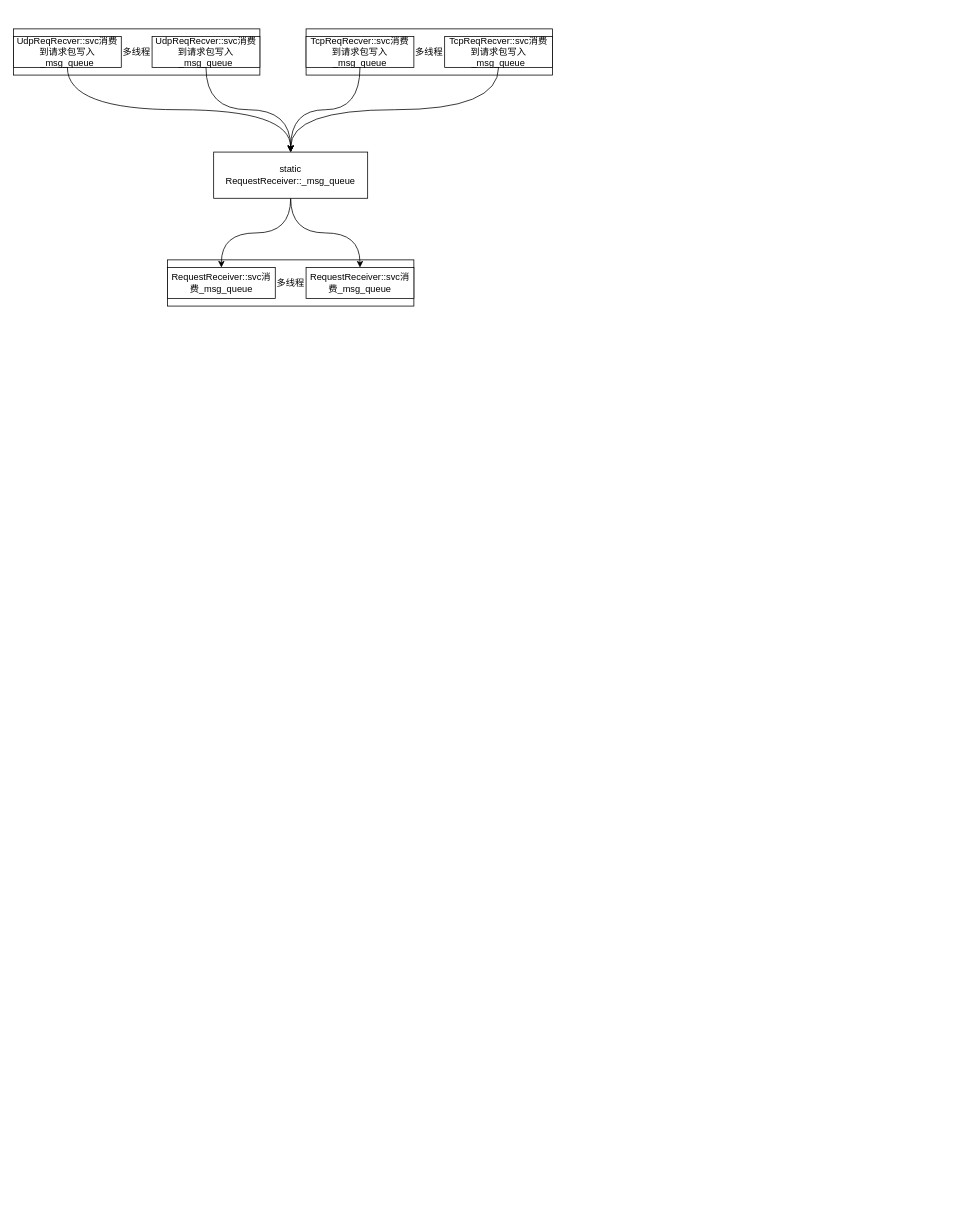
This is 直达服务架构图.drawio from beijingqiuchang/drawio, a draw.io file, before an edit. Source tidied: cells renumbered, new cells numbered last; positions are measured from the earlier drawing's top-left corner, leaving out a move shared by most shapes. Both pictures are drawn from the tidied source at 77%, with x=0, y=0 at pixel (13, 28).
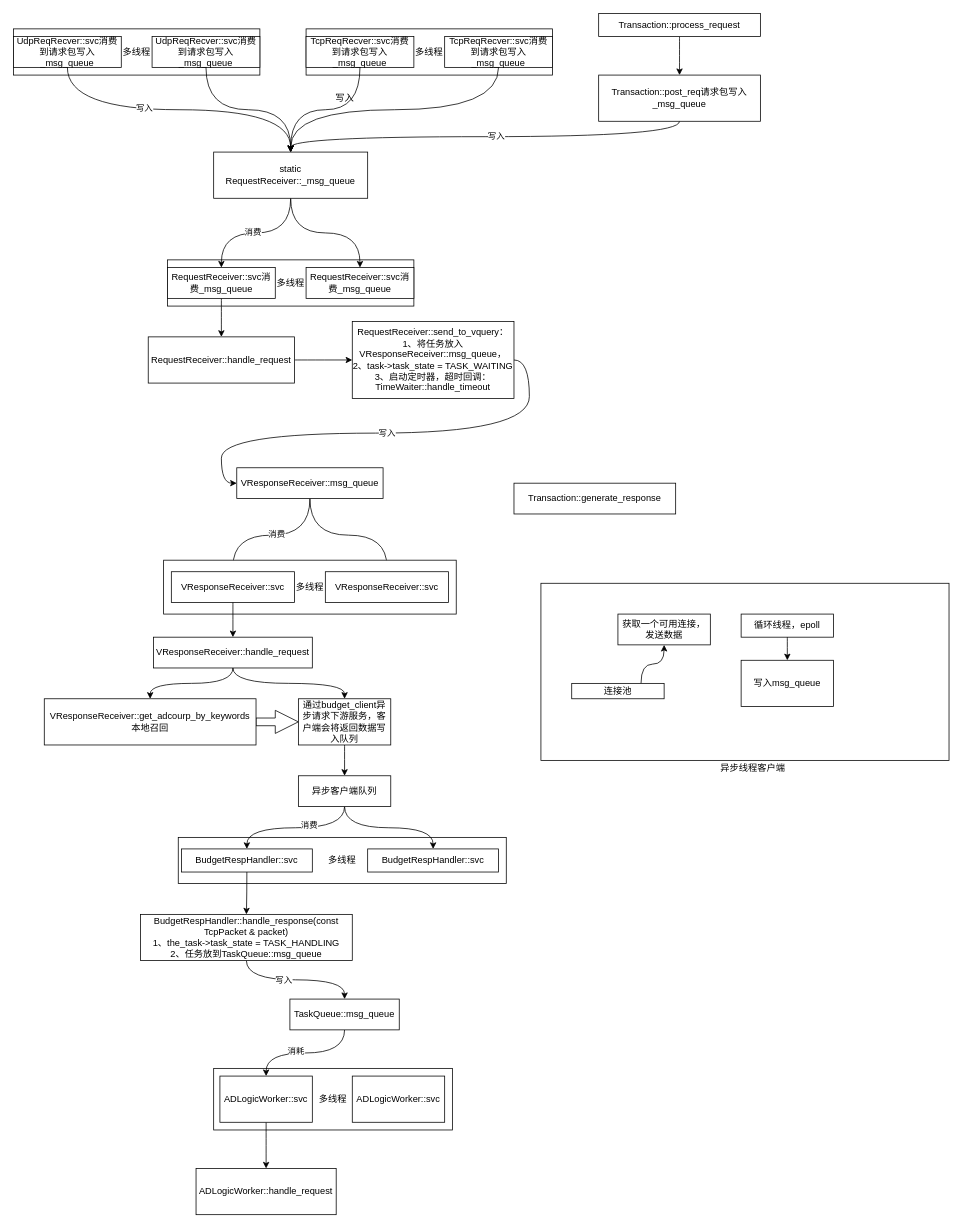
The same page after the edit.

Commit message:
Update 直达服务架构图.drawio

Unchanged cells that the change refers to:
```xml
<mxCell id="3" value="RequestReceiver::svc消费_msg_queue" style="rounded=0;whiteSpace=wrap;html=1;" parent="1" vertex="1">
  <mxGeometry x="200" y="310" width="140" height="40" as="geometry" />
</mxCell>
<mxCell id="4" style="edgeStyle=orthogonalEdgeStyle;rounded=0;jettySize=auto;html=1;exitX=0.5;exitY=1;exitDx=0;exitDy=0;curved=1;" parent="1" edge="1" source="6" target="3">
  <mxGeometry relative="1" as="geometry" />
</mxCell>
<mxCell id="6" value="static RequestReceiver::_msg_queue" style="rounded=0;whiteSpace=wrap;html=1;" parent="1" vertex="1">
  <mxGeometry x="260" y="160" width="200" height="60" as="geometry" />
</mxCell>
<mxCell id="9" style="edgeStyle=orthogonalEdgeStyle;rounded=0;jettySize=auto;html=1;exitX=0.5;exitY=1;exitDx=0;exitDy=0;curved=1;" parent="1" edge="1" source="10" target="6">
  <mxGeometry relative="1" as="geometry" />
</mxCell>
```

Diff of the diagram source:
```diff
@@
+    <mxCell id="19" value="多线程" style="rounded=0;whiteSpace=wrap;html=1;" parent="1" vertex="1">
+      <mxGeometry x="260" y="1350" width="310" height="80" as="geometry" />
+    </mxCell>
+    <mxCell id="20" value="多线程" style="rounded=0;whiteSpace=wrap;html=1;" parent="1" vertex="1">
+      <mxGeometry x="214" y="1050" width="426" height="60" as="geometry" />
+    </mxCell>
@@
+    <mxCell id="21" style="edgeStyle=orthogonalEdgeStyle;curved=1;rounded=0;jettySize=auto;html=1;exitX=0.5;exitY=1;exitDx=0;exitDy=0;entryX=0.5;entryY=0;entryDx=0;entryDy=0;" parent="1" edge="1" source="3" target="31">
+      <mxGeometry relative="1" as="geometry" />
+    </mxCell>
@@
+    <mxCell id="22" value="消费" style="edgeLabel;html=1;align=center;verticalAlign=middle;" parent="4" vertex="1">
+      <mxGeometry x="0.06" y="-2" relative="1" as="geometry" />
+    </mxCell>
@@
+    <mxCell id="23" value="写入" style="edgeLabel;html=1;align=center;verticalAlign=middle;" parent="9" vertex="1">
+      <mxGeometry x="-0.23" y="3" relative="1" as="geometry" />
+    </mxCell>
@@
+    <mxCell id="24" style="edgeStyle=orthogonalEdgeStyle;curved=1;rounded=0;jettySize=auto;html=1;exitX=0.5;exitY=1;exitDx=0;exitDy=0;entryX=0.5;entryY=0;entryDx=0;entryDy=0;" parent="1" edge="1" source="25" target="29">
+      <mxGeometry relative="1" as="geometry" />
+    </mxCell>
+    <mxCell id="25" value="Transaction::process_request" style="rounded=0;whiteSpace=wrap;html=1;" parent="1" vertex="1">
+      <mxGeometry x="760" y="-20" width="210" height="30" as="geometry" />
+    </mxCell>
+    <mxCell id="26" value="Transaction::generate_response" style="rounded=0;whiteSpace=wrap;html=1;" parent="1" vertex="1">
+      <mxGeometry x="650" y="590" width="210" height="40" as="geometry" />
+    </mxCell>
+    <mxCell id="27" style="edgeStyle=orthogonalEdgeStyle;curved=1;rounded=0;jettySize=auto;html=1;exitX=0.5;exitY=1;exitDx=0;exitDy=0;entryX=0.5;entryY=0;entryDx=0;entryDy=0;" parent="1" edge="1" source="29" target="6">
+      <mxGeometry relative="1" as="geometry" />
+    </mxCell>
+    <mxCell id="28" value="写入" style="edgeLabel;html=1;align=center;verticalAlign=middle;" parent="27" vertex="1">
+      <mxGeometry x="-0.05" y="-1" relative="1" as="geometry" />
+    </mxCell>
+    <mxCell id="29" value="Transaction::post_req请求包写入_msg_queue" style="rounded=0;whiteSpace=wrap;html=1;" parent="1" vertex="1">
+      <mxGeometry x="760" y="60" width="210" height="60" as="geometry" />
+    </mxCell>
+    <mxCell id="30" style="edgeStyle=orthogonalEdgeStyle;curved=1;rounded=0;jettySize=auto;html=1;exitX=1;exitY=0.5;exitDx=0;exitDy=0;" parent="1" edge="1" source="31" target="33">
+      <mxGeometry relative="1" as="geometry" />
+    </mxCell>
+    <mxCell id="31" value="RequestReceiver::handle_request" style="rounded=0;whiteSpace=wrap;html=1;" parent="1" vertex="1">
+      <mxGeometry x="175" y="400" width="190" height="60" as="geometry" />
+    </mxCell>
+    <mxCell id="32" value="写入" style="edgeStyle=orthogonalEdgeStyle;curved=1;rounded=0;jettySize=auto;html=1;exitX=1;exitY=0.5;exitDx=0;exitDy=0;entryX=0;entryY=0.5;entryDx=0;entryDy=0;" parent="1" edge="1" source="33" target="37">
+      <mxGeometry relative="1" as="geometry" />
+    </mxCell>
+    <mxCell id="33" value="RequestReceiver::send_to_vquery：1、将任务放入VResponseReceiver::msg_queue，&lt;br&gt;2、task-&amp;gt;task_state = TASK_WAITING&lt;br&gt;3、启动定时器，超时回调：TimeWaiter::handle_timeout&lt;br&gt;" style="rounded=0;whiteSpace=wrap;html=1;" parent="1" vertex="1">
+      <mxGeometry x="440" y="380" width="210" height="100" as="geometry" />
+    </mxCell>
+    <mxCell id="34" style="edgeStyle=orthogonalEdgeStyle;curved=1;rounded=0;jettySize=auto;html=1;exitX=0.5;exitY=1;exitDx=0;exitDy=0;" parent="1" edge="1" source="37" target="41">
+      <mxGeometry relative="1" as="geometry" />
+    </mxCell>
+    <mxCell id="35" value="消费" style="edgeLabel;html=1;align=center;verticalAlign=middle;" parent="34" vertex="1">
+      <mxGeometry x="-0.06" y="-2" relative="1" as="geometry">
+        <mxPoint x="1" as="offset" />
+      </mxGeometry>
+    </mxCell>
+    <mxCell id="36" style="edgeStyle=orthogonalEdgeStyle;curved=1;rounded=0;jettySize=auto;html=1;exitX=0.5;exitY=1;exitDx=0;exitDy=0;entryX=0.5;entryY=0;entryDx=0;entryDy=0;" parent="1" edge="1" source="37" target="42">
+      <mxGeometry relative="1" as="geometry" />
+    </mxCell>
+    <mxCell id="37" value="VResponseReceiver::msg_queue" style="rounded=0;whiteSpace=wrap;html=1;" parent="1" vertex="1">
+      <mxGeometry x="290" y="570" width="190" height="40" as="geometry" />
+    </mxCell>
+    <mxCell id="38" value="写入" style="text;html=1;align=center;verticalAlign=middle;" parent="1" vertex="1">
+      <mxGeometry x="410" y="80" width="40" height="20" as="geometry" />
+    </mxCell>
+    <mxCell id="39" style="group;" parent="1" vertex="1">
+      <mxGeometry x="195" y="690" width="380" height="70" as="geometry" />
+    </mxCell>
+    <mxCell id="40" value="多线程" style="rounded=0;whiteSpace=wrap;html=1;" parent="39" vertex="1">
+      <mxGeometry width="380" height="70" as="geometry" />
+    </mxCell>
+    <mxCell id="41" value="VResponseReceiver::svc" style="rounded=0;whiteSpace=wrap;html=1;" parent="39" vertex="1">
+      <mxGeometry x="10" y="15" width="160" height="40" as="geometry" />
+    </mxCell>
+    <mxCell id="42" value="VResponseReceiver::svc" style="rounded=0;whiteSpace=wrap;html=1;" parent="39" vertex="1">
+      <mxGeometry x="210" y="15" width="160" height="40" as="geometry" />
+    </mxCell>
+    <mxCell id="43" style="edgeStyle=orthogonalEdgeStyle;curved=1;rounded=0;jettySize=auto;html=1;exitX=0.5;exitY=1;exitDx=0;exitDy=0;entryX=0.5;entryY=0;entryDx=0;entryDy=0;" parent="1" edge="1" source="45" target="48">
+      <mxGeometry relative="1" as="geometry" />
+    </mxCell>
+    <mxCell id="44" style="edgeStyle=orthogonalEdgeStyle;curved=1;rounded=0;jettySize=auto;html=1;exitX=0.5;exitY=1;exitDx=0;exitDy=0;entryX=0.5;entryY=0;entryDx=0;entryDy=0;" parent="1" edge="1" source="45" target="61">
+      <mxGeometry relative="1" as="geometry" />
+    </mxCell>
+    <mxCell id="45" value="VResponseReceiver::handle_request" style="rounded=0;whiteSpace=wrap;html=1;" parent="1" vertex="1">
+      <mxGeometry x="181.9" y="790" width="206.2" height="40" as="geometry" />
+    </mxCell>
+    <mxCell id="46" style="edgeStyle=orthogonalEdgeStyle;curved=1;rounded=0;jettySize=auto;html=1;exitX=0.5;exitY=1;exitDx=0;exitDy=0;entryX=0.5;entryY=0;entryDx=0;entryDy=0;" parent="1" edge="1" source="41" target="45">
+      <mxGeometry relative="1" as="geometry" />
+    </mxCell>
+    <mxCell id="47" style="edgeStyle=orthogonalEdgeStyle;curved=1;rounded=0;jettySize=auto;html=1;exitX=1;exitY=0.5;exitDx=0;exitDy=0;entryX=0;entryY=0.5;entryDx=0;entryDy=0;shape=arrow;" parent="1" edge="1" source="48" target="61">
+      <mxGeometry relative="1" as="geometry" />
+    </mxCell>
+    <mxCell id="48" value="VResponseReceiver::get_adcourp_by_keywords&lt;br&gt;本地召回" style="rounded=0;whiteSpace=wrap;html=1;" parent="1" vertex="1">
+      <mxGeometry x="40" y="870" width="275" height="60" as="geometry" />
+    </mxCell>
+    <mxCell id="49" style="group;" parent="1" vertex="1">
+      <mxGeometry x="695" y="730" width="530" height="240" as="geometry" />
+    </mxCell>
+    <mxCell id="50" style="group;" parent="49" vertex="1">
+      <mxGeometry width="530" height="230" as="geometry" />
+    </mxCell>
+    <mxCell id="51" style="group;" parent="50" vertex="1">
+      <mxGeometry x="-10" y="-10" width="530" height="230" as="geometry" />
+    </mxCell>
+    <mxCell id="52" style="rounded=0;whiteSpace=wrap;html=1;" parent="51" vertex="1">
+      <mxGeometry width="530" height="230" as="geometry" />
+    </mxCell>
+    <mxCell id="53" value="获取一个可用连接，发送数据" style="rounded=0;whiteSpace=wrap;html=1;" parent="51" vertex="1">
+      <mxGeometry x="100" y="40" width="120" height="40" as="geometry" />
+    </mxCell>
+    <mxCell id="54" style="edgeStyle=orthogonalEdgeStyle;curved=1;rounded=0;jettySize=auto;html=1;exitX=0.75;exitY=0;exitDx=0;exitDy=0;entryX=0.5;entryY=1;entryDx=0;entryDy=0;" parent="51" edge="1" source="55" target="53">
+      <mxGeometry relative="1" as="geometry" />
+    </mxCell>
+    <mxCell id="55" value="连接池" style="rounded=0;whiteSpace=wrap;html=1;" parent="51" vertex="1">
+      <mxGeometry x="40" y="130" width="120" height="20" as="geometry" />
+    </mxCell>
+    <mxCell id="56" value="循环线程，epoll" style="rounded=0;whiteSpace=wrap;html=1;" parent="51" vertex="1">
+      <mxGeometry x="260" y="40" width="120" height="30" as="geometry" />
+    </mxCell>
+    <mxCell id="57" value="写入msg_queue" style="rounded=0;whiteSpace=wrap;html=1;" parent="51" vertex="1">
+      <mxGeometry x="260" y="100" width="120" height="60" as="geometry" />
+    </mxCell>
+    <mxCell id="58" style="edgeStyle=orthogonalEdgeStyle;curved=1;rounded=0;jettySize=auto;html=1;exitX=0.5;exitY=1;exitDx=0;exitDy=0;entryX=0.5;entryY=0;entryDx=0;entryDy=0;" parent="51" edge="1" source="56" target="57">
+      <mxGeometry relative="1" as="geometry" />
+    </mxCell>
+    <mxCell id="59" value="异步线程客户端" style="text;html=1;align=center;verticalAlign=middle;" parent="49" vertex="1">
+      <mxGeometry x="215" y="220" width="100" height="20" as="geometry" />
+    </mxCell>
+    <mxCell id="60" style="edgeStyle=orthogonalEdgeStyle;curved=1;rounded=0;jettySize=auto;html=1;exitX=0.5;exitY=1;exitDx=0;exitDy=0;entryX=0.5;entryY=0;entryDx=0;entryDy=0;" parent="1" edge="1" source="61" target="65">
+      <mxGeometry relative="1" as="geometry" />
+    </mxCell>
+    <mxCell id="61" value="通过budget_client异步请求下游服务，客户端会将返回数据写入队列" style="rounded=0;whiteSpace=wrap;html=1;" parent="1" vertex="1">
+      <mxGeometry x="370" y="870" width="120" height="60" as="geometry" />
+    </mxCell>
+    <mxCell id="62" style="edgeStyle=orthogonalEdgeStyle;curved=1;rounded=0;jettySize=auto;html=1;exitX=0.5;exitY=1;exitDx=0;exitDy=0;entryX=0.5;entryY=0;entryDx=0;entryDy=0;" parent="1" edge="1" source="65" target="67">
+      <mxGeometry relative="1" as="geometry" />
+    </mxCell>
+    <mxCell id="63" value="消费" style="edgeLabel;html=1;align=center;verticalAlign=middle;" parent="62" vertex="1">
+      <mxGeometry x="-0.19" y="-4" relative="1" as="geometry" />
+    </mxCell>
+    <mxCell id="64" style="edgeStyle=orthogonalEdgeStyle;curved=1;rounded=0;jettySize=auto;html=1;exitX=0.5;exitY=1;exitDx=0;exitDy=0;entryX=0.5;entryY=0;entryDx=0;entryDy=0;" parent="1" edge="1" source="65" target="68">
+      <mxGeometry relative="1" as="geometry" />
+    </mxCell>
+    <mxCell id="65" value="异步客户端队列" style="rounded=0;whiteSpace=wrap;html=1;" parent="1" vertex="1">
+      <mxGeometry x="370" y="970" width="120" height="40" as="geometry" />
+    </mxCell>
+    <mxCell id="66" style="edgeStyle=orthogonalEdgeStyle;curved=1;rounded=0;jettySize=auto;html=1;exitX=0.5;exitY=1;exitDx=0;exitDy=0;entryX=0.5;entryY=0;entryDx=0;entryDy=0;" parent="1" edge="1" source="67" target="71">
+      <mxGeometry relative="1" as="geometry" />
+    </mxCell>
+    <mxCell id="67" value="BudgetRespHandler::svc" style="rounded=0;whiteSpace=wrap;html=1;" parent="1" vertex="1">
+      <mxGeometry x="218.1" y="1065" width="170" height="30" as="geometry" />
+    </mxCell>
+    <mxCell id="68" value="BudgetRespHandler::svc" style="rounded=0;whiteSpace=wrap;html=1;" parent="1" vertex="1">
+      <mxGeometry x="460" y="1065" width="170" height="30" as="geometry" />
+    </mxCell>
+    <mxCell id="69" style="edgeStyle=orthogonalEdgeStyle;curved=1;rounded=0;jettySize=auto;html=1;exitX=0.5;exitY=1;exitDx=0;exitDy=0;entryX=0.5;entryY=0;entryDx=0;entryDy=0;" parent="1" edge="1" source="71" target="74">
+      <mxGeometry relative="1" as="geometry" />
+    </mxCell>
+    <mxCell id="70" value="写入" style="edgeLabel;html=1;align=center;verticalAlign=middle;" parent="69" vertex="1">
+      <mxGeometry x="-0.19" relative="1" as="geometry">
+        <mxPoint x="1" as="offset" />
+      </mxGeometry>
+    </mxCell>
+    <mxCell id="71" value="BudgetRespHandler::handle_response(const TcpPacket &amp;amp; packet)&lt;br&gt;1、the_task-&amp;gt;task_state = TASK_HANDLING&lt;br&gt;2、任务放到TaskQueue::msg_queue" style="rounded=0;whiteSpace=wrap;html=1;" parent="1" vertex="1">
+      <mxGeometry x="165" y="1150" width="275" height="60" as="geometry" />
+    </mxCell>
+    <mxCell id="72" style="edgeStyle=orthogonalEdgeStyle;curved=1;rounded=0;jettySize=auto;html=1;exitX=0.5;exitY=1;exitDx=0;exitDy=0;entryX=0.5;entryY=0;entryDx=0;entryDy=0;" parent="1" edge="1" source="74" target="76">
+      <mxGeometry relative="1" as="geometry" />
+    </mxCell>
+    <mxCell id="73" value="消耗" style="edgeLabel;html=1;align=center;verticalAlign=middle;" parent="72" vertex="1">
+      <mxGeometry x="0.16" y="-3" relative="1" as="geometry" />
+    </mxCell>
+    <mxCell id="74" value="TaskQueue::msg_queue" style="rounded=0;whiteSpace=wrap;html=1;" parent="1" vertex="1">
+      <mxGeometry x="359" y="1260" width="142" height="40" as="geometry" />
+    </mxCell>
+    <mxCell id="75" style="edgeStyle=orthogonalEdgeStyle;curved=1;rounded=0;jettySize=auto;html=1;exitX=0.5;exitY=1;exitDx=0;exitDy=0;entryX=0.5;entryY=0;entryDx=0;entryDy=0;" parent="1" edge="1" source="76" target="78">
+      <mxGeometry relative="1" as="geometry" />
+    </mxCell>
+    <mxCell id="76" value="ADLogicWorker::svc" style="rounded=0;whiteSpace=wrap;html=1;" parent="1" vertex="1">
+      <mxGeometry x="268.1" y="1360" width="120" height="60" as="geometry" />
+    </mxCell>
+    <mxCell id="77" value="ADLogicWorker::svc" style="rounded=0;whiteSpace=wrap;html=1;" parent="1" vertex="1">
+      <mxGeometry x="440" y="1360" width="120" height="60" as="geometry" />
+    </mxCell>
+    <mxCell id="78" value="ADLogicWorker::handle_request" style="rounded=0;whiteSpace=wrap;html=1;" parent="1" vertex="1">
+      <mxGeometry x="237.1" y="1480" width="182" height="60" as="geometry" />
+    </mxCell>
```
